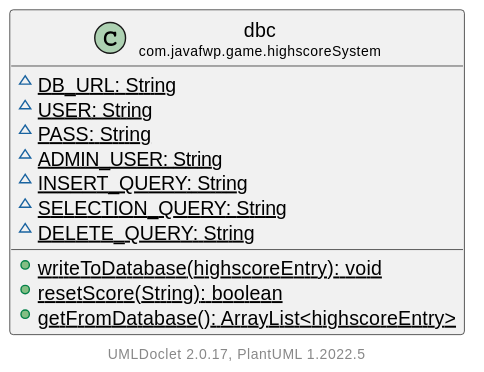
This is javadoc/apidocs/com/javafwp/game/highscoreSystem/dbc.svg from SenpaiSimon/Java-FWP-AI-B6-Projekt, a PlantUML export, as it was before one commit.
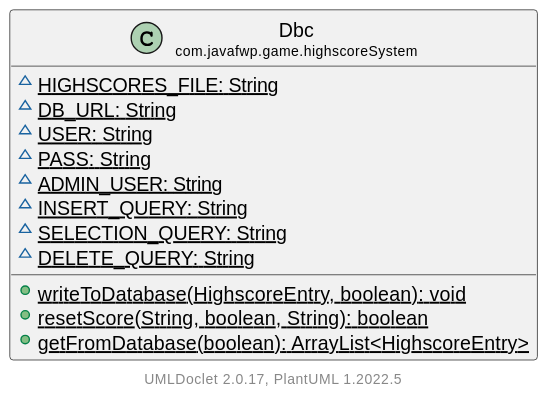
After the commit.

The edit, as a diff of the source:
```diff
@@ -3,7 +3,8 @@
     hide empty fields
     hide empty methods
 
-    class "<size:14>dbc\n<size:10>com.javafwp.game.highscoreSystem" as com.javafwp.game.highscoreSystem.dbc [[dbc.html]] {
+    class "<size:14>Dbc\n<size:10>com.javafwp.game.highscoreSystem" as com.javafwp.game.highscoreSystem.Dbc [[dbc.html]] {
+        {static} ~HIGHSCORES_FILE: String
         {static} ~DB_URL: String
         {static} ~USER: String
         {static} ~PASS: String
@@ -11,9 +12,9 @@
         {static} ~INSERT_QUERY: String
         {static} ~SELECTION_QUERY: String
         {static} ~DELETE_QUERY: String
-        {static} +writeToDatabase(highscoreEntry): void
-        {static} +resetScore(String): boolean
-        {static} +getFromDatabase(): ArrayList<highscoreEntry>
+        {static} +writeToDatabase(HighscoreEntry, boolean): void
+        {static} +resetScore(String, boolean, String): boolean
+        {static} +getFromDatabase(boolean): ArrayList<HighscoreEntry>
     }
 
     center footer UMLDoclet 2.0.17, PlantUML 1.2022.5
```
